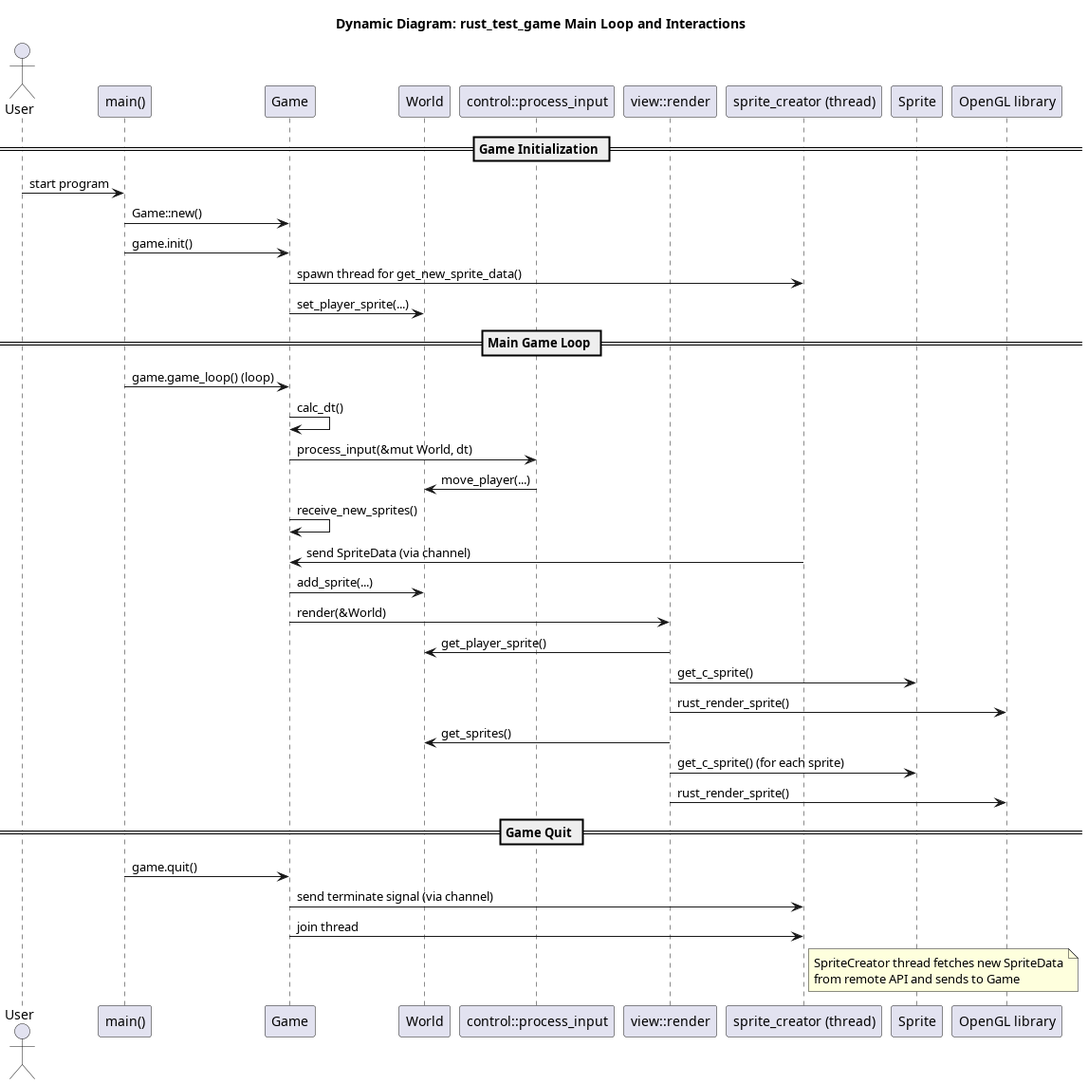
The PlantUML diagram rust_test_game/docs/sequence_diagram.png in apichlkostner/introduction_to_rust_project, before a commit.
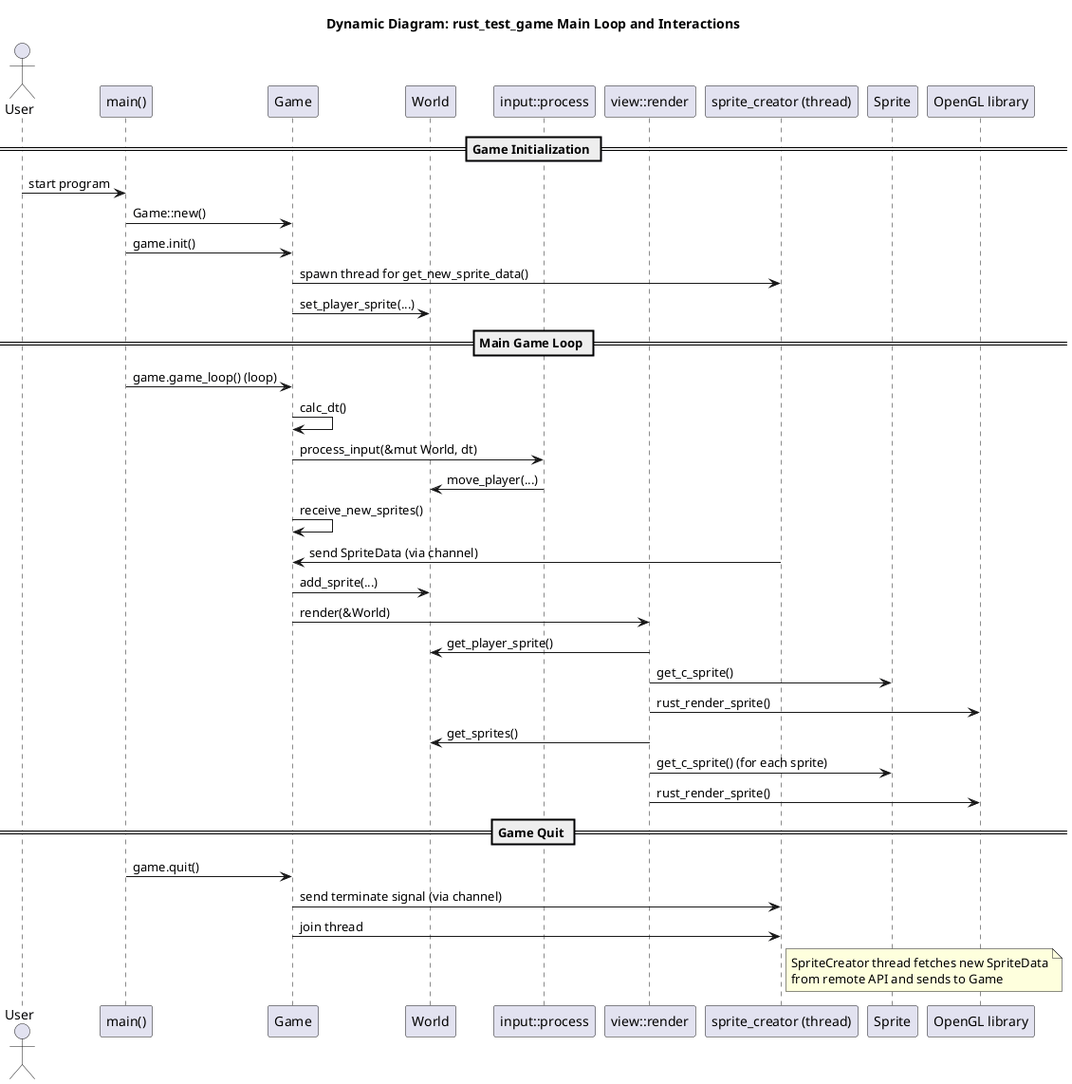
Later version of the same file.

The edit, as a diff of the source:
```diff
@@ -5,7 +5,7 @@
 participant "main()" as Main
 participant "Game" as Game
 participant "World" as World
-participant "control::process_input" as Control
+participant "input::process" as Control
 participant "view::render" as View
 participant "sprite_creator (thread)" as SpriteCreator
 participant "Sprite" as Sprite
```
